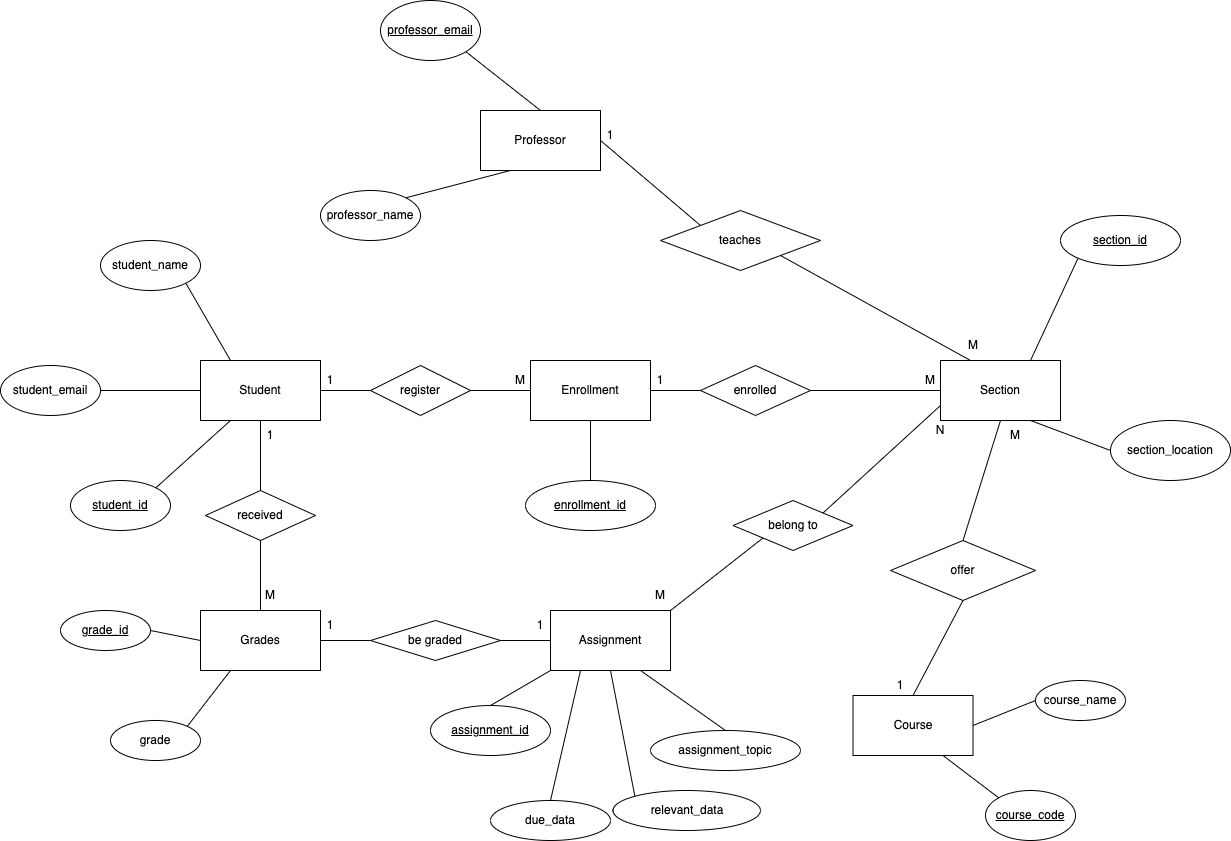
Before: ER diagram.png, a diagram exported from draw.io (dbdesign-students-spring2024/5-database-design-Ruojin-song). Source tidied: cells renumbered, new cells last; positions are measured from the earlier drawing's top-left corner, leaving out a move shared by most shapes.
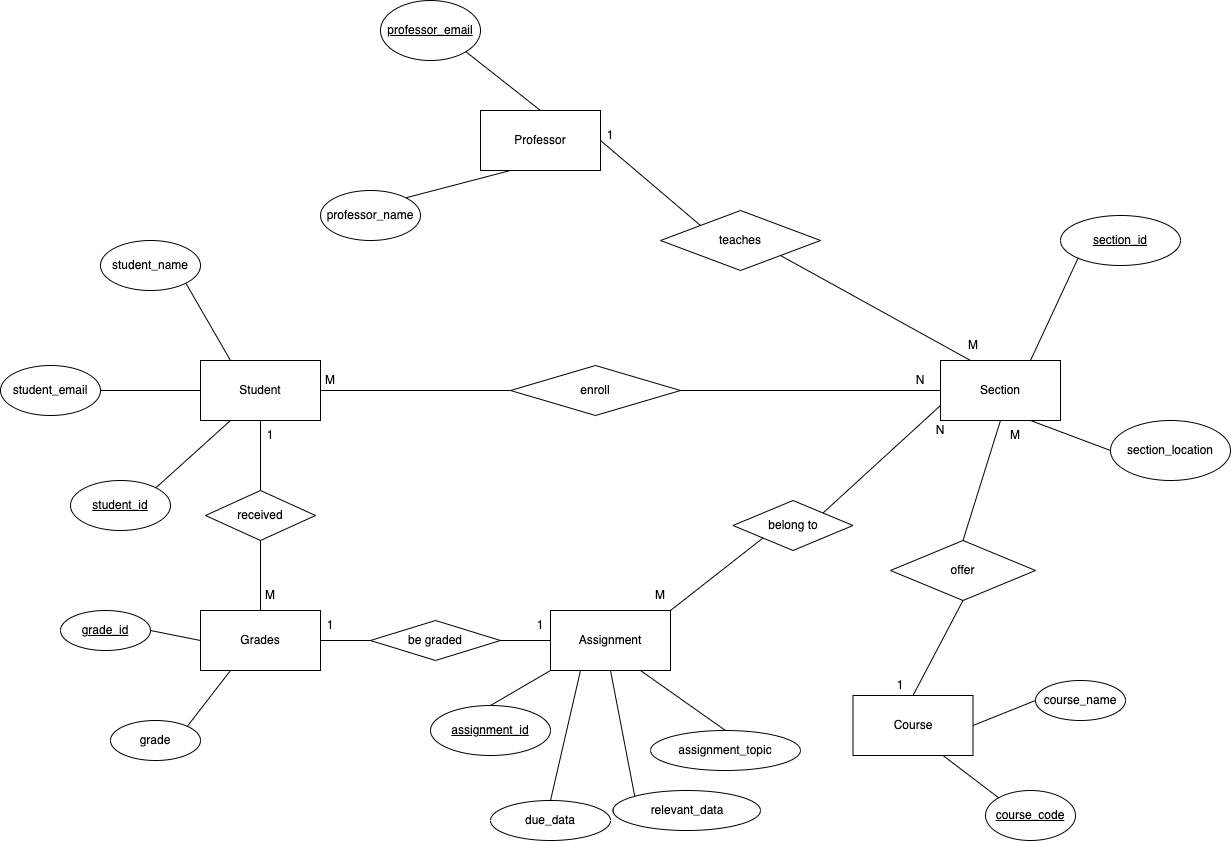
After the commit.

Commit message:
Finished Assignment

What changed in the source:
```diff
@@ -68,15 +68,6 @@
     <mxCell id="23" value="section_location" style="ellipse;whiteSpace=wrap;html=1;" parent="1" vertex="1">
       <mxGeometry x="1110" y="420" width="120" height="60" as="geometry" />
     </mxCell>
-    <mxCell id="24" value="Enrollment" style="rounded=0;whiteSpace=wrap;html=1;" parent="1" vertex="1">
-      <mxGeometry x="530" y="360" width="120" height="60" as="geometry" />
-    </mxCell>
-    <mxCell id="25" value="register" style="rhombus;whiteSpace=wrap;html=1;" parent="1" vertex="1">
-      <mxGeometry x="370" y="365" width="100" height="50" as="geometry" />
-    </mxCell>
-    <mxCell id="26" value="enrolled" style="rhombus;whiteSpace=wrap;html=1;" parent="1" vertex="1">
-      <mxGeometry x="700" y="365" width="110" height="50" as="geometry" />
-    </mxCell>
     <mxCell id="27" style="endArrow=none;html=1;rounded=0;entryX=0;entryY=1;entryDx=0;entryDy=0;exitX=0.75;exitY=0;exitDx=0;exitDy=0;" parent="1" edge="1" source="6" target="22">
       <mxGeometry relative="1" as="geometry" />
     </mxCell>
@@ -95,18 +86,6 @@
     <mxCell id="32" style="endArrow=none;html=1;rounded=0;entryX=1;entryY=0;entryDx=0;entryDy=0;exitX=0.25;exitY=1;exitDx=0;exitDy=0;" parent="1" edge="1" source="4" target="9">
       <mxGeometry relative="1" as="geometry" />
     </mxCell>
-    <mxCell id="33" style="endArrow=none;html=1;rounded=0;entryX=0;entryY=0.5;entryDx=0;entryDy=0;exitX=1;exitY=0.5;exitDx=0;exitDy=0;" parent="1" edge="1" source="26" target="6">
-      <mxGeometry relative="1" as="geometry" />
-    </mxCell>
-    <mxCell id="34" style="endArrow=none;html=1;rounded=0;entryX=0;entryY=0.5;entryDx=0;entryDy=0;exitX=1;exitY=0.5;exitDx=0;exitDy=0;" parent="1" edge="1" source="24" target="26">
-      <mxGeometry relative="1" as="geometry" />
-    </mxCell>
-    <mxCell id="35" style="endArrow=none;html=1;rounded=0;entryX=0;entryY=0.5;entryDx=0;entryDy=0;exitX=1;exitY=0.5;exitDx=0;exitDy=0;" parent="1" edge="1" source="25" target="24">
-      <mxGeometry relative="1" as="geometry" />
-    </mxCell>
-    <mxCell id="36" style="endArrow=none;html=1;rounded=0;entryX=0;entryY=0.5;entryDx=0;entryDy=0;exitX=1;exitY=0.5;exitDx=0;exitDy=0;" parent="1" edge="1" source="2" target="25">
-      <mxGeometry relative="1" as="geometry" />
-    </mxCell>
     <mxCell id="37" style="endArrow=none;html=1;rounded=0;exitX=1;exitY=1;exitDx=0;exitDy=0;entryX=0.25;entryY=0;entryDx=0;entryDy=0;" parent="1" edge="1" source="11" target="2">
       <mxGeometry relative="1" as="geometry" />
     </mxCell>
@@ -176,12 +155,6 @@
     <mxCell id="59" style="endArrow=none;html=1;rounded=0;exitX=1;exitY=0;exitDx=0;exitDy=0;entryX=0.25;entryY=1;entryDx=0;entryDy=0;" parent="1" edge="1" source="57" target="7">
       <mxGeometry relative="1" as="geometry" />
     </mxCell>
-    <mxCell id="60" value="&lt;u&gt;enrollment_id&lt;/u&gt;" style="ellipse;whiteSpace=wrap;html=1;" parent="1" vertex="1">
-      <mxGeometry x="525" y="480" width="130" height="50" as="geometry" />
-    </mxCell>
-    <mxCell id="61" style="endArrow=none;html=1;rounded=0;exitX=0.5;exitY=0;exitDx=0;exitDy=0;entryX=0.5;entryY=1;entryDx=0;entryDy=0;" parent="1" edge="1" source="60" target="24">
-      <mxGeometry relative="1" as="geometry" />
-    </mxCell>
     <mxCell id="62" value="M" style="text;strokeColor=none;align=center;fillColor=none;html=1;verticalAlign=middle;whiteSpace=wrap;rounded=0;" parent="1" vertex="1">
       <mxGeometry x="630" y="580" width="60" height="30" as="geometry" />
     </mxCell>
@@ -194,18 +167,6 @@
     <mxCell id="65" value="M" style="text;strokeColor=none;align=center;fillColor=none;html=1;verticalAlign=middle;whiteSpace=wrap;rounded=0;" parent="1" vertex="1">
       <mxGeometry x="942.5" y="330" width="60" height="30" as="geometry" />
     </mxCell>
-    <mxCell id="66" value="1&lt;span style=&quot;color: rgba(0, 0, 0, 0); font-family: monospace; font-size: 0px; text-align: start; text-wrap: nowrap;&quot;&gt;%3CmxGraphModel%3E%3Croot%3E%3CmxCell%20id%3D%220%22%2F%3E%3CmxCell%20id%3D%221%22%20parent%3D%220%22%2F%3E%3CmxCell%20id%3D%222%22%20value%3D%22N%22%20style%3D%22text%3BstrokeColor%3Dnone%3Balign%3Dcenter%3BfillColor%3Dnone%3Bhtml%3D1%3BverticalAlign%3Dmiddle%3BwhiteSpace%3Dwrap%3Brounded%3D0%3B%22%20vertex%3D%221%22%20parent%3D%221%22%3E%3CmxGeometry%20x%3D%22670%22%20y%3D%22115%22%20width%3D%2260%22%20height%3D%2230%22%20as%3D%22geometry%22%2F%3E%3C%2FmxCell%3E%3C%2Froot%3E%3C%2FmxGraphModel%3E&lt;/span&gt;" style="text;strokeColor=none;align=center;fillColor=none;html=1;verticalAlign=middle;whiteSpace=wrap;rounded=0;" parent="1" vertex="1">
-      <mxGeometry x="300" y="365" width="60" height="30" as="geometry" />
-    </mxCell>
-    <mxCell id="67" value="M" style="text;strokeColor=none;align=center;fillColor=none;html=1;verticalAlign=middle;whiteSpace=wrap;rounded=0;" parent="1" vertex="1">
-      <mxGeometry x="490" y="365" width="60" height="30" as="geometry" />
-    </mxCell>
-    <mxCell id="68" value="1&lt;span style=&quot;color: rgba(0, 0, 0, 0); font-family: monospace; font-size: 0px; text-align: start; text-wrap: nowrap;&quot;&gt;%3CmxGraphModel%3E%3Croot%3E%3CmxCell%20id%3D%220%22%2F%3E%3CmxCell%20id%3D%221%22%20parent%3D%220%22%2F%3E%3CmxCell%20id%3D%222%22%20value%3D%22N%22%20style%3D%22text%3BstrokeColor%3Dnone%3Balign%3Dcenter%3BfillColor%3Dnone%3Bhtml%3D1%3BverticalAlign%3Dmiddle%3BwhiteSpace%3Dwrap%3Brounded%3D0%3B%22%20vertex%3D%221%22%20parent%3D%221%22%3E%3CmxGeometry%20x%3D%22670%22%20y%3D%22115%22%20width%3D%2260%22%20height%3D%2230%22%20as%3D%22geometry%22%2F%3E%3C%2FmxCell%3E%3C%2Froot%3E%3C%2FmxGraphModel%3E&lt;/span&gt;" style="text;strokeColor=none;align=center;fillColor=none;html=1;verticalAlign=middle;whiteSpace=wrap;rounded=0;" parent="1" vertex="1">
-      <mxGeometry x="630" y="365" width="60" height="30" as="geometry" />
-    </mxCell>
-    <mxCell id="69" value="M" style="text;strokeColor=none;align=center;fillColor=none;html=1;verticalAlign=middle;whiteSpace=wrap;rounded=0;" parent="1" vertex="1">
-      <mxGeometry x="900" y="365" width="60" height="30" as="geometry" />
-    </mxCell>
     <mxCell id="70" value="1&lt;span style=&quot;color: rgba(0, 0, 0, 0); font-family: monospace; font-size: 0px; text-align: start; text-wrap: nowrap;&quot;&gt;%3CmxGraphModel%3E%3Croot%3E%3CmxCell%20id%3D%220%22%2F%3E%3CmxCell%20id%3D%221%22%20parent%3D%220%22%2F%3E%3CmxCell%20id%3D%222%22%20value%3D%22N%22%20style%3D%22text%3BstrokeColor%3Dnone%3Balign%3Dcenter%3BfillColor%3Dnone%3Bhtml%3D1%3BverticalAlign%3Dmiddle%3BwhiteSpace%3Dwrap%3Brounded%3D0%3B%22%20vertex%3D%221%22%20parent%3D%221%22%3E%3CmxGeometry%20x%3D%22670%22%20y%3D%22115%22%20width%3D%2260%22%20height%3D%2230%22%20as%3D%22geometry%22%2F%3E%3C%2FmxCell%3E%3C%2Froot%3E%3C%2FmxGraphModel%3E&lt;/span&gt;" style="text;strokeColor=none;align=center;fillColor=none;html=1;verticalAlign=middle;whiteSpace=wrap;rounded=0;" parent="1" vertex="1">
       <mxGeometry x="240" y="420" width="60" height="30" as="geometry" />
     </mxCell>
@@ -224,5 +185,20 @@
     <mxCell id="75" value="M" style="text;strokeColor=none;align=center;fillColor=none;html=1;verticalAlign=middle;whiteSpace=wrap;rounded=0;" parent="1" vertex="1">
       <mxGeometry x="985" y="420" width="60" height="30" as="geometry" />
     </mxCell>
+    <mxCell id="76" style="endArrow=none;html=1;rounded=0;exitX=1;exitY=0.5;exitDx=0;exitDy=0;entryX=0;entryY=0.5;entryDx=0;entryDy=0;" parent="1" edge="1" source="78" target="6">
+      <mxGeometry relative="1" as="geometry" />
+    </mxCell>
+    <mxCell id="77" style="endArrow=none;html=1;rounded=0;exitX=1;exitY=0.5;exitDx=0;exitDy=0;entryX=0;entryY=0.5;entryDx=0;entryDy=0;" parent="1" edge="1" source="2" target="78">
+      <mxGeometry relative="1" as="geometry" />
+    </mxCell>
+    <mxCell id="78" value="enroll" style="rhombus;whiteSpace=wrap;html=1;" parent="1" vertex="1">
+      <mxGeometry x="510" y="365" width="170" height="50" as="geometry" />
+    </mxCell>
+    <mxCell id="79" value="M" style="text;strokeColor=none;align=center;fillColor=none;html=1;verticalAlign=middle;whiteSpace=wrap;rounded=0;" parent="1" vertex="1">
+      <mxGeometry x="300" y="365" width="60" height="30" as="geometry" />
+    </mxCell>
+    <mxCell id="80" value="N" style="text;strokeColor=none;align=center;fillColor=none;html=1;verticalAlign=middle;whiteSpace=wrap;rounded=0;" parent="1" vertex="1">
+      <mxGeometry x="890" y="365" width="60" height="30" as="geometry" />
+    </mxCell>
   </root>
 </mxGraphModel>
```
